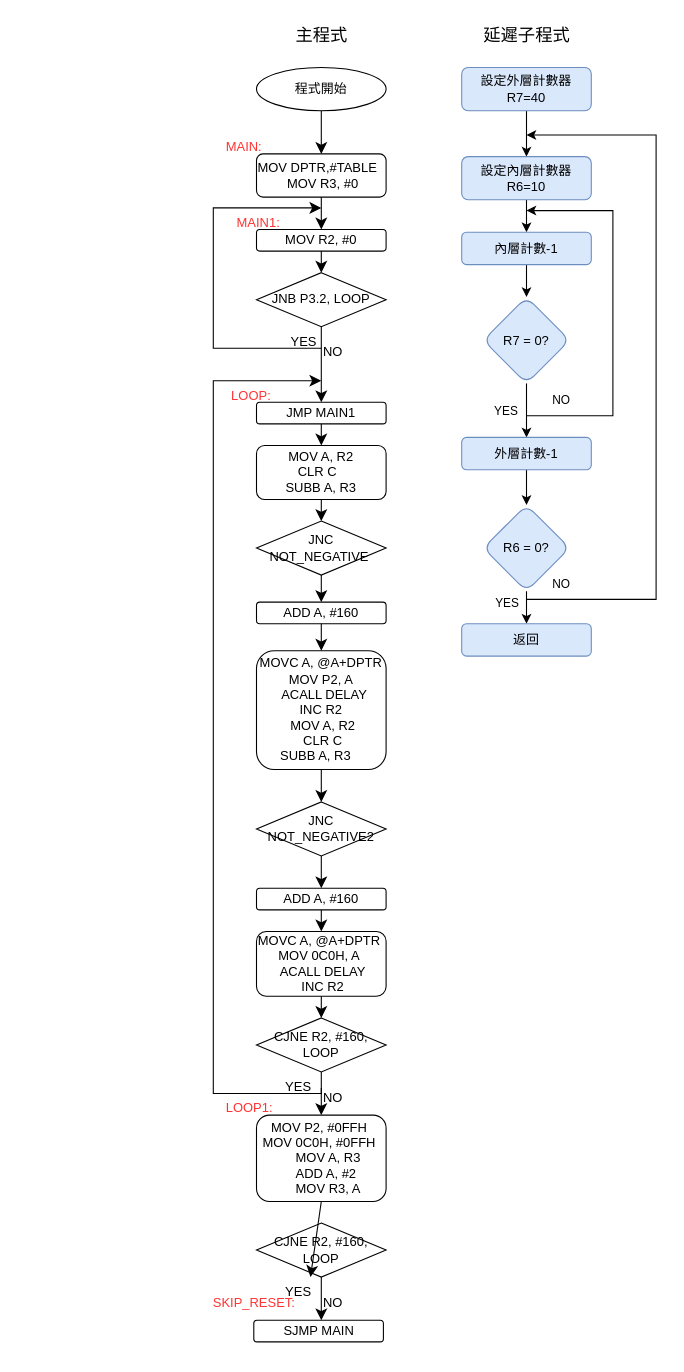
Earlier version of the draw.io diagram page "第 6 页" (6 of 7) of 未命名绘图.drawio (piting1104/se2). Source tidied: cells renumbered, new cells numbered last; positions are measured from the earlier drawing's top-left corner, leaving out a move shared by most shapes. Both pictures are drawn from the tidied source at 108%, with x=0, y=0 at pixel (211, 17).
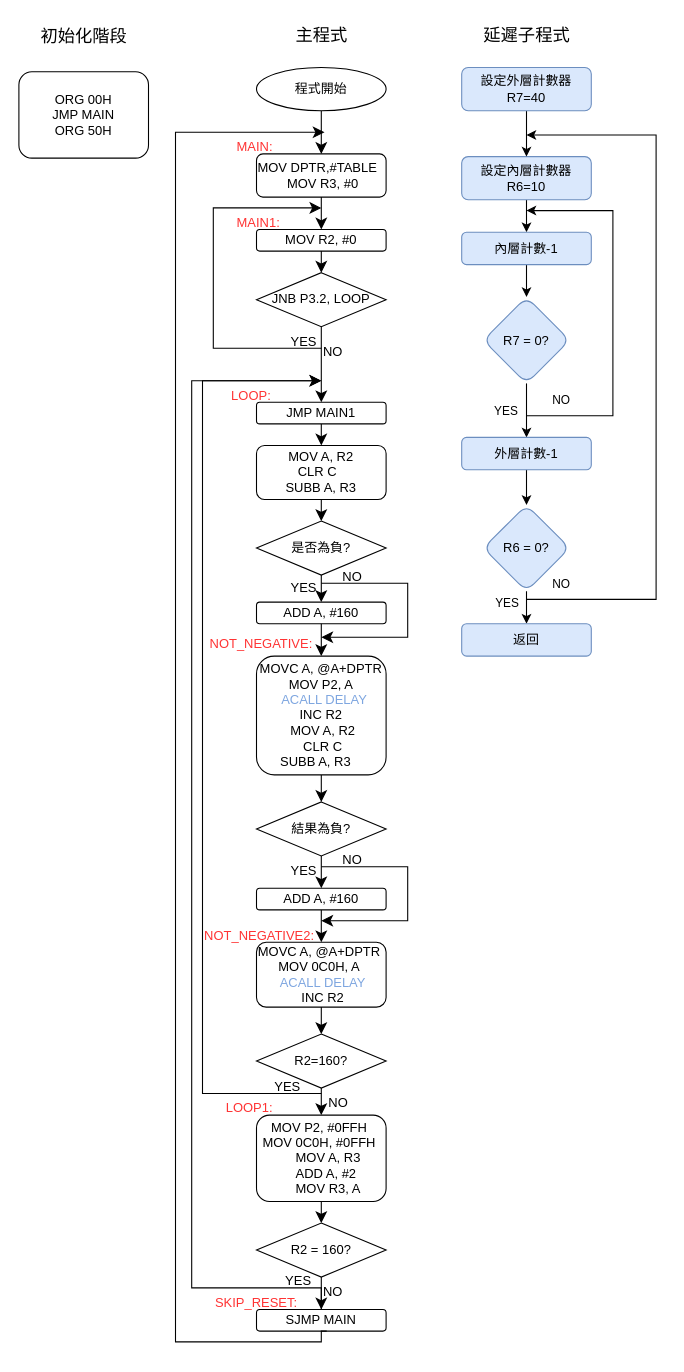
Above is the later version.

Unchanged cells that the change refers to:
```xml
<mxCell id="15" value="&lt;div&gt;MOV P2, #0FFH&amp;nbsp;&lt;/div&gt;&lt;div&gt;&amp;nbsp;MOV 0C0H, #0FFH&amp;nbsp;&amp;nbsp;&lt;/div&gt;&lt;div&gt;&amp;nbsp; &amp;nbsp; MOV A, R3&lt;/div&gt;&lt;div&gt;&amp;nbsp; &amp;nbsp; ADD A, #2&amp;nbsp;&lt;/div&gt;&lt;div&gt;&amp;nbsp; &amp;nbsp; MOV R3, A&lt;/div&gt;" style="rounded=1;whiteSpace=wrap;html=1;" parent="1" vertex="1">
  <mxGeometry x="42" y="1016" width="120" height="80" as="geometry" />
</mxCell>
```

What changed in the source:
```diff
@@
-    <mxCell id="13" value="JNC NOT_NEGATIVE&amp;nbsp;" style="rhombus;whiteSpace=wrap;html=1;" parent="1" vertex="1">
+    <mxCell id="13" value="是否為負?" style="rhombus;whiteSpace=wrap;html=1;" parent="1" vertex="1">
       <mxGeometry x="42" y="466" width="120" height="50" as="geometry" />
     </mxCell>
-    <mxCell id="14" style="edgeStyle=none;curved=1;rounded=0;jettySize=auto;html=1;fontSize=12;startSize=8;endSize=8;" parent="1" edge="1" target="17">
-      <mxGeometry relative="1" as="geometry">
-        <mxPoint x="99.5" y="1216" as="sourcePoint" />
-      </mxGeometry>
-    </mxCell>
@@
     <mxCell id="17" value="SJMP MAIN" style="whiteSpace=wrap;html=1;rounded=1;" parent="1" vertex="1">
-      <mxGeometry x="39.5" y="1206" width="120" height="20" as="geometry" />
+      <mxGeometry x="42" y="1196" width="120" height="20" as="geometry" />
     </mxCell>
     <mxCell id="18" value="SKIP_RESET:" style="text;whiteSpace=wrap;fontColor=#FF3333;" parent="1" vertex="1">
-      <mxGeometry x="-0.5" y="1176" width="40" height="30" as="geometry" />
+      <mxGeometry x="2" y="1176" width="40" height="30" as="geometry" />
     </mxCell>
@@
     <mxCell id="22" value="MAIN:" style="text;whiteSpace=wrap;fontColor=#FF3333;" parent="1" vertex="1">
-      <mxGeometry x="12" y="106" width="70" height="40" as="geometry" />
+      <mxGeometry x="22" y="106" width="70" height="40" as="geometry" />
     </mxCell>
@@
-    <mxCell id="44" style="endArrow=classic;html=1;rounded=0;fontSize=12;startSize=8;endSize=8;edgeStyle=orthogonalEdgeStyle;exitX=0;exitY=0.25;exitDx=0;exitDy=0;" parent="1" edge="1" source="46">
+    <mxCell id="44" style="endArrow=classic;html=1;rounded=0;fontSize=12;startSize=8;endSize=8;edgeStyle=orthogonalEdgeStyle;" parent="1" edge="1">
       <mxGeometry relative="1" as="geometry">
+        <mxPoint x="102" y="996" as="sourcePoint" />
         <mxPoint x="102" y="336" as="targetPoint" />
         <Array as="points">
-          <mxPoint x="2" y="996" />
-          <mxPoint x="2" y="336" />
+          <mxPoint x="102" y="996" />
+          <mxPoint x="-8" y="996" />
+          <mxPoint x="-8" y="336" />
         </Array>
       </mxGeometry>
     </mxCell>
     <mxCell id="45" value="YES" style="text;whiteSpace=wrap;fontColor=#000000;" parent="1" vertex="1">
-      <mxGeometry x="67" y="976" width="15" height="5" as="geometry" />
+      <mxGeometry x="57" y="976" width="15" height="5" as="geometry" />
     </mxCell>
     <mxCell id="46" value="NO" style="text;whiteSpace=wrap;fontColor=#000000;" parent="1" vertex="1">
-      <mxGeometry x="102" y="986" width="20" height="20" as="geometry" />
+      <mxGeometry x="107" y="991" width="20" height="20" as="geometry" />
     </mxCell>
@@
-    <mxCell id="52" value="&lt;div&gt;MOVC A, @A+DPTR&lt;/div&gt;&lt;div&gt;&amp;nbsp; &amp;nbsp; MOV P2, A&amp;nbsp; &amp;nbsp;&amp;nbsp;&lt;/div&gt;&lt;div&gt;&amp;nbsp; ACALL DELAY&lt;/div&gt;&lt;div&gt;&lt;span style=&quot;background-color: transparent; color: light-dark(rgb(0, 0, 0), rgb(255, 255, 255));&quot;&gt;INC R2&lt;/span&gt;&lt;/div&gt;&lt;div&gt;&amp;nbsp; &amp;nbsp; MOV A, R2&amp;nbsp; &amp;nbsp;&lt;/div&gt;&lt;div&gt;&amp;nbsp; &amp;nbsp; CLR C&amp;nbsp; &amp;nbsp;&lt;/div&gt;&lt;div&gt;&amp;nbsp; &amp;nbsp; SUBB A, R3&amp;nbsp; &amp;nbsp; &amp;nbsp; &amp;nbsp;&lt;/div&gt;" style="rounded=1;whiteSpace=wrap;html=1;" parent="1" vertex="1">
-      <mxGeometry x="42" y="586" width="120" height="110" as="geometry" />
+    <mxCell id="52" value="&lt;div&gt;MOVC A, @A+DPTR&lt;/div&gt;&lt;div&gt;&amp;nbsp; &amp;nbsp; MOV P2, A&amp;nbsp; &amp;nbsp;&amp;nbsp;&lt;/div&gt;&lt;div&gt;&amp;nbsp; &lt;font style=&quot;color: rgb(126, 166, 224);&quot;&gt;ACALL DELAY&lt;/font&gt;&lt;/div&gt;&lt;div&gt;&lt;span style=&quot;background-color: transparent; color: light-dark(rgb(0, 0, 0), rgb(255, 255, 255));&quot;&gt;INC R2&lt;/span&gt;&lt;/div&gt;&lt;div&gt;&amp;nbsp; &amp;nbsp; MOV A, R2&amp;nbsp; &amp;nbsp;&lt;/div&gt;&lt;div&gt;&amp;nbsp; &amp;nbsp; CLR C&amp;nbsp; &amp;nbsp;&lt;/div&gt;&lt;div&gt;&amp;nbsp; &amp;nbsp; SUBB A, R3&amp;nbsp; &amp;nbsp; &amp;nbsp; &amp;nbsp;&lt;/div&gt;" style="rounded=1;whiteSpace=wrap;html=1;" parent="1" vertex="1">
+      <mxGeometry x="42" y="591" width="120" height="110" as="geometry" />
     </mxCell>
@@
-    <mxCell id="54" value="JNC NOT_NEGATIVE2" style="rhombus;whiteSpace=wrap;html=1;" parent="1" vertex="1">
+    <mxCell id="54" value="結果為負?" style="rhombus;whiteSpace=wrap;html=1;" parent="1" vertex="1">
       <mxGeometry x="42" y="726" width="120" height="50" as="geometry" />
     </mxCell>
@@
-    <mxCell id="58" value="MOVC A, @A+DPTR&amp;nbsp;&lt;br&gt;&amp;nbsp; &amp;nbsp; MOV 0C0H, A&amp;nbsp; &amp;nbsp; &amp;nbsp; &amp;nbsp;ACALL DELAY&lt;br&gt;&amp;nbsp;INC R2" style="rounded=1;whiteSpace=wrap;html=1;" parent="1" vertex="1">
-      <mxGeometry x="42" y="846" width="120" height="60" as="geometry" />
+    <mxCell id="58" value="MOVC A, @A+DPTR&amp;nbsp;&lt;br&gt;&amp;nbsp; &amp;nbsp; MOV 0C0H, A&amp;nbsp; &amp;nbsp; &amp;nbsp; &lt;font style=&quot;color: rgb(126, 166, 224);&quot;&gt;&amp;nbsp;ACALL DELAY&lt;/font&gt;&lt;br&gt;&amp;nbsp;INC R2" style="rounded=1;whiteSpace=wrap;html=1;" parent="1" vertex="1">
+      <mxGeometry x="42" y="856" width="120" height="60" as="geometry" />
     </mxCell>
@@
-    <mxCell id="60" value="CJNE R2, #160, LOOP" style="rhombus;whiteSpace=wrap;html=1;" parent="1" vertex="1">
-      <mxGeometry x="42" y="926" width="120" height="50" as="geometry" />
+    <mxCell id="60" value="R2=160?" style="rhombus;whiteSpace=wrap;html=1;" parent="1" vertex="1">
+      <mxGeometry x="42" y="941" width="120" height="50" as="geometry" />
     </mxCell>
@@
     <mxCell id="63" value="YES" style="text;whiteSpace=wrap;fontColor=#000000;" parent="1" vertex="1">
-      <mxGeometry x="67" y="1166" width="15" height="5" as="geometry" />
+      <mxGeometry x="67" y="1156" width="25" height="20" as="geometry" />
     </mxCell>
     <mxCell id="64" value="NO" style="text;whiteSpace=wrap;fontColor=#000000;" parent="1" vertex="1">
-      <mxGeometry x="102" y="1176" width="20" height="20" as="geometry" />
+      <mxGeometry x="102" y="1166" width="20" height="20" as="geometry" />
     </mxCell>
-    <mxCell id="65" value="CJNE R2, #160, LOOP" style="rhombus;whiteSpace=wrap;html=1;" parent="1" vertex="1">
+    <mxCell id="65" value="R2 = 160?" style="rhombus;whiteSpace=wrap;html=1;" parent="1" vertex="1">
       <mxGeometry x="42" y="1116" width="120" height="50" as="geometry" />
     </mxCell>
     <mxCell id="66" style="endArrow=classic;html=1;rounded=0;fontSize=12;startSize=8;endSize=8;curved=1;exitX=0.5;exitY=1;exitDx=0;exitDy=0;" parent="1" edge="1" source="65">
       <mxGeometry relative="1" as="geometry">
-        <mxPoint x="102" y="1206" as="targetPoint" />
+        <mxPoint x="102" y="1196" as="targetPoint" />
       </mxGeometry>
     </mxCell>
-    <mxCell id="67" style="endArrow=classic;html=1;rounded=0;fontSize=12;startSize=8;endSize=8;curved=1;exitX=0.5;exitY=1;exitDx=0;exitDy=0;" parent="1" edge="1" source="15">
-      <mxGeometry relative="1" as="geometry">
-        <mxPoint x="92" y="1166" as="targetPoint" />
-      </mxGeometry>
+    <mxCell id="67" style="endArrow=classic;html=1;rounded=0;fontSize=12;startSize=8;endSize=8;curved=1;exitX=0.5;exitY=1;exitDx=0;exitDy=0;entryX=0.5;entryY=0;entryDx=0;entryDy=0;" parent="1" edge="1" source="15" target="65">
+      <mxGeometry relative="1" as="geometry" />
     </mxCell>
+    <mxCell id="68" style="endArrow=classic;html=1;rounded=0;fontSize=12;startSize=8;endSize=8;exitX=0.5;exitY=1;exitDx=0;exitDy=0;edgeStyle=orthogonalEdgeStyle;" parent="1" edge="1">
+      <mxGeometry relative="1" as="geometry">
+        <mxPoint x="107" y="1216" as="sourcePoint" />
+        <mxPoint x="105" y="106" as="targetPoint" />
+        <Array as="points">
+          <mxPoint x="102" y="1216" />
+          <mxPoint x="102" y="1226" />
+          <mxPoint x="-33" y="1226" />
+          <mxPoint x="-33" y="106" />
+        </Array>
+      </mxGeometry>
+    </mxCell>
+    <mxCell id="69" style="endArrow=classic;html=1;rounded=0;fontSize=12;startSize=8;endSize=8;edgeStyle=orthogonalEdgeStyle;" parent="1" edge="1">
+      <mxGeometry relative="1" as="geometry">
+        <mxPoint x="102" y="1196" as="sourcePoint" />
+        <mxPoint x="102" y="336" as="targetPoint" />
+        <Array as="points">
+          <mxPoint x="102" y="1176" />
+          <mxPoint x="-18" y="1176" />
+          <mxPoint x="-18" y="336" />
+        </Array>
+      </mxGeometry>
+    </mxCell>
+    <mxCell id="70" value="NOT_NEGATIVE:" style="text;whiteSpace=wrap;fontColor=#FF3333;" parent="1" vertex="1">
+      <mxGeometry x="-3" y="566" width="70" height="40" as="geometry" />
+    </mxCell>
+    <mxCell id="71" value="NOT_NEGATIVE2:" style="text;whiteSpace=wrap;fontColor=#FF3333;" parent="1" vertex="1">
+      <mxGeometry x="-8" y="836" width="70" height="40" as="geometry" />
+    </mxCell>
+    <mxCell id="72" value="YES" style="text;whiteSpace=wrap;fontColor=#000000;" parent="1" vertex="1">
+      <mxGeometry x="72" y="776" width="15" height="20" as="geometry" />
+    </mxCell>
+    <mxCell id="73" value="NO" style="text;whiteSpace=wrap;fontColor=#000000;" parent="1" vertex="1">
+      <mxGeometry x="119.5" y="766" width="30" height="20" as="geometry" />
+    </mxCell>
+    <mxCell id="74" style="endArrow=classic;html=1;rounded=0;fontSize=12;startSize=8;endSize=8;edgeStyle=orthogonalEdgeStyle;" parent="1" edge="1">
+      <mxGeometry relative="1" as="geometry">
+        <mxPoint x="102" y="786" as="sourcePoint" />
+        <mxPoint x="102" y="836" as="targetPoint" />
+        <Array as="points">
+          <mxPoint x="182" y="786" />
+          <mxPoint x="182" y="836" />
+        </Array>
+      </mxGeometry>
+    </mxCell>
+    <mxCell id="75" value="YES" style="text;whiteSpace=wrap;fontColor=#000000;" parent="1" vertex="1">
+      <mxGeometry x="72" y="513.5" width="15" height="20" as="geometry" />
+    </mxCell>
+    <mxCell id="76" value="NO" style="text;whiteSpace=wrap;fontColor=#000000;" parent="1" vertex="1">
+      <mxGeometry x="119.5" y="503.5" width="30" height="20" as="geometry" />
+    </mxCell>
+    <mxCell id="77" style="endArrow=classic;html=1;rounded=0;fontSize=12;startSize=8;endSize=8;edgeStyle=orthogonalEdgeStyle;" parent="1" edge="1">
+      <mxGeometry relative="1" as="geometry">
+        <mxPoint x="102" y="523.5" as="sourcePoint" />
+        <mxPoint x="102" y="573.5" as="targetPoint" />
+        <Array as="points">
+          <mxPoint x="182" y="523.5" />
+          <mxPoint x="182" y="573.5" />
+        </Array>
+      </mxGeometry>
+    </mxCell>
+    <mxCell id="78" value="&lt;div&gt;ORG 00H&lt;/div&gt;&lt;div&gt;JMP MAIN&lt;/div&gt;&lt;div&gt;ORG 50H&lt;/div&gt;" style="rounded=1;whiteSpace=wrap;html=1;" parent="1" vertex="1">
+      <mxGeometry x="-178" y="49.9" width="120" height="80" as="geometry" />
+    </mxCell>
+    <mxCell id="79" value="初始化階段" style="text;html=1;align=center;verticalAlign=middle;strokeColor=none;fillColor=none;fontSize=16;fontFamily=Times New Roman;" parent="1" vertex="1">
+      <mxGeometry x="-168" y="2.1" width="100" height="30" as="geometry" />
+    </mxCell>
```
